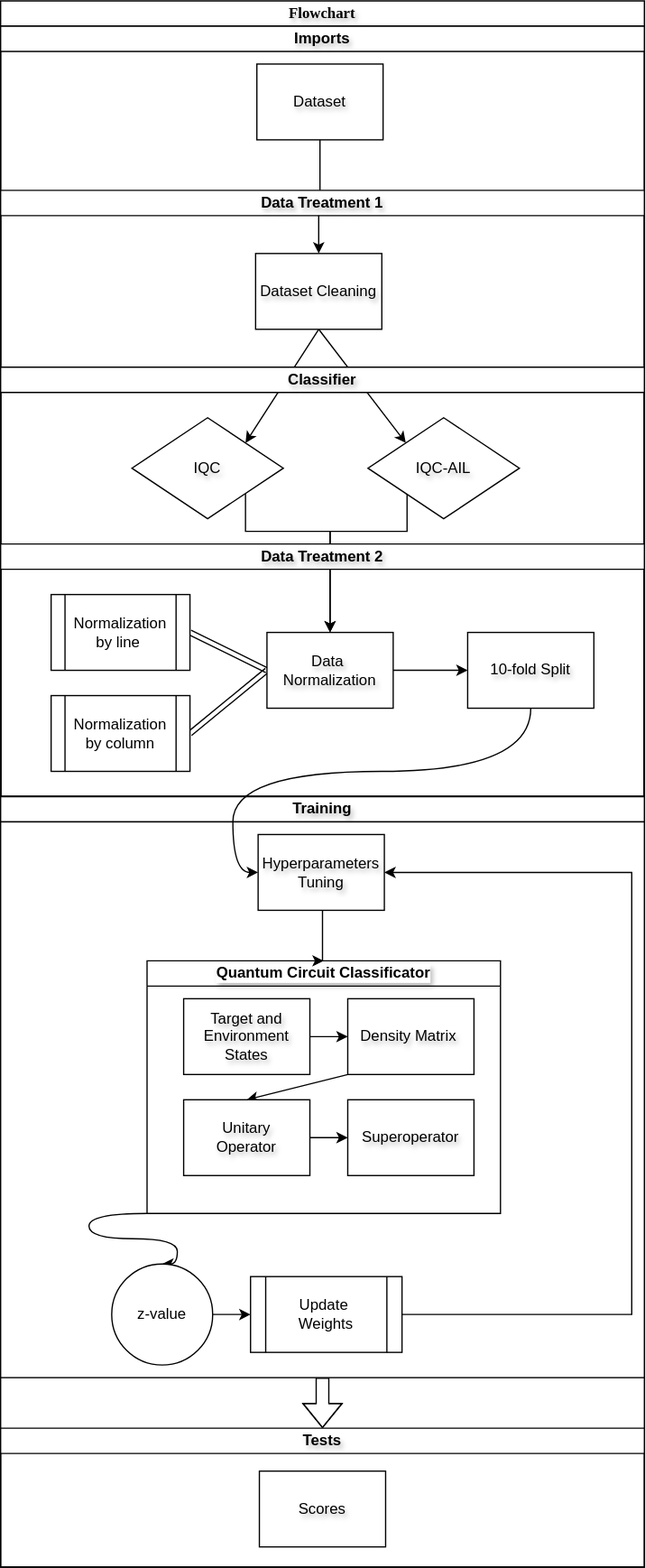
Before: iqc.svg, a diagram exported from draw.io (Zuluke/ClassifiersBasedOnOQS). Source tidied: cells renumbered, new cells last; positions are measured from the earlier drawing's top-left corner, leaving out a move shared by most shapes.
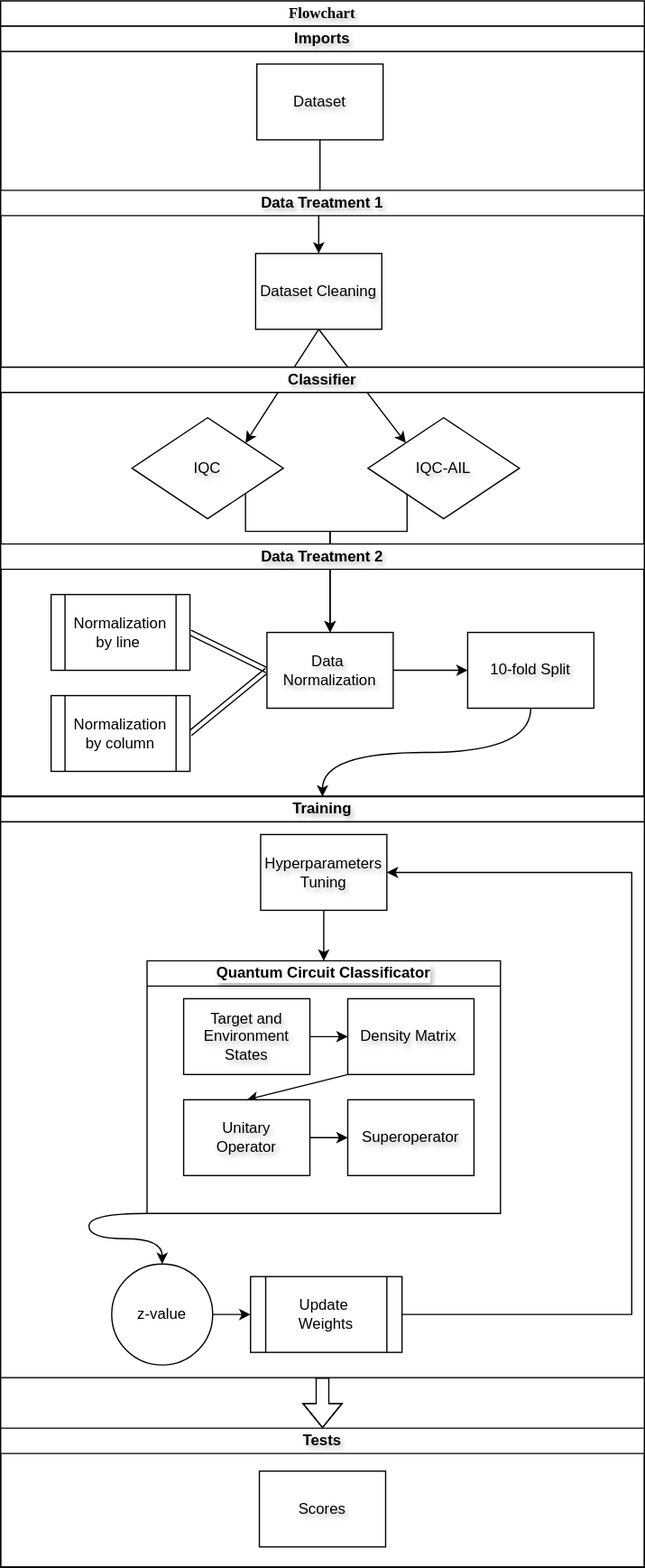
Later version of the same file.

Change to the diagram source:
```diff
@@ -78,21 +78,18 @@
     <mxCell id="23" value="Training" style="swimlane;html=1;startSize=20;labelBorderColor=none;textShadow=1;rounded=0;labelBackgroundColor=none;whiteSpace=wrap;direction=east;" parent="1" vertex="1">
       <mxGeometry y="630" width="510" height="610" as="geometry" />
     </mxCell>
-    <mxCell id="24" style="edgeStyle=none;rounded=0;jettySize=auto;html=1;exitX=0.5;exitY=1;exitDx=0;exitDy=0;entryX=0.487;entryY=0.021;entryDx=0;entryDy=0;entryPerimeter=0;shape=flexArrow;" parent="23" edge="1" source="44" target="28">
-      <mxGeometry relative="1" as="geometry" />
-    </mxCell>
+    <mxCell id="26" style="rounded=0;whiteSpace=wrap;html=1;" parent="23" vertex="1">
+      <mxGeometry y="20" width="510" height="440" as="geometry" />
+    </mxCell>
     <mxCell id="25" style="edgeStyle=elbowEdgeStyle;rounded=0;jettySize=auto;html=1;exitX=0.5;exitY=1;exitDx=0;exitDy=0;entryX=0.5;entryY=0;entryDx=0;entryDy=0;shape=flexArrow;" parent="23" edge="1" source="26" target="40">
       <mxGeometry relative="1" as="geometry" />
     </mxCell>
-    <mxCell id="26" style="rounded=0;whiteSpace=wrap;html=1;" parent="23" vertex="1">
-      <mxGeometry y="20" width="510" height="440" as="geometry" />
-    </mxCell>
     <mxCell id="27" style="edgeStyle=orthogonalEdgeStyle;rounded=0;jettySize=auto;html=1;exitX=0;exitY=1;exitDx=0;exitDy=0;entryX=0.5;entryY=0;entryDx=0;entryDy=0;curved=1;" parent="23" edge="1" source="28" target="37">
       <mxGeometry relative="1" as="geometry">
         <Array as="points">
           <mxPoint x="70" y="330" />
           <mxPoint x="70" y="350" />
-          <mxPoint x="140" y="350" />
+          <mxPoint x="128" y="350" />
         </Array>
       </mxGeometry>
     </mxCell>
@@ -145,13 +142,13 @@
     <mxCell id="42" style="edgeStyle=elbowEdgeStyle;rounded=0;orthogonalLoop=1;jettySize=auto;html=1;exitX=0.5;exitY=0;exitDx=0;exitDy=0;" parent="23" edge="1" source="40" target="40">
       <mxGeometry relative="1" as="geometry" />
     </mxCell>
-    <mxCell id="43" style="edgeStyle=elbowEdgeStyle;rounded=0;jettySize=auto;html=1;exitX=0.5;exitY=1;exitDx=0;exitDy=0;entryX=0.5;entryY=0;entryDx=0;entryDy=0;" parent="23" edge="1" source="44" target="28">
-      <mxGeometry relative="1" as="geometry" />
-    </mxCell>
+    <mxCell id="46" style="edgeStyle=orthogonalEdgeStyle;rounded=0;jettySize=auto;html=1;exitX=0.5;exitY=1;exitDx=0;exitDy=0;entryX=0.5;entryY=0;entryDx=0;entryDy=0;" parent="23" edge="1" source="44" target="28">
+      <mxGeometry relative="1" as="geometry" />
+    </mxCell>
     <mxCell id="44" value="&lt;font face=&quot;Helvetica&quot;&gt;&lt;span style=&quot;font-size: 12px;&quot;&gt;Hyperparameters Tuning&lt;/span&gt;&lt;/font&gt;" style="rounded=0;html=1;shadow=0;labelBackgroundColor=none;strokeWidth=1;fontFamily=Verdana;fontSize=8;align=center;labelBorderColor=none;textShadow=1;whiteSpace=wrap;direction=east;" parent="23" vertex="1">
-      <mxGeometry x="204" y="30" width="100" height="60" as="geometry" />
+      <mxGeometry x="206" y="30" width="100" height="60" as="geometry" />
     </mxCell>
-    <mxCell id="45" style="edgeStyle=orthogonalEdgeStyle;rounded=0;jettySize=auto;html=1;exitX=0.5;exitY=1;exitDx=0;exitDy=0;entryX=0;entryY=0.5;entryDx=0;entryDy=0;curved=1;" parent="1" edge="1" source="21" target="44">
+    <mxCell id="45" style="edgeStyle=orthogonalEdgeStyle;rounded=0;jettySize=auto;html=1;exitX=0.5;exitY=1;exitDx=0;exitDy=0;entryX=0.5;entryY=0;entryDx=0;entryDy=0;curved=1;" parent="1" edge="1" source="21" target="23">
       <mxGeometry relative="1" as="geometry" />
     </mxCell>
   </root>
```
